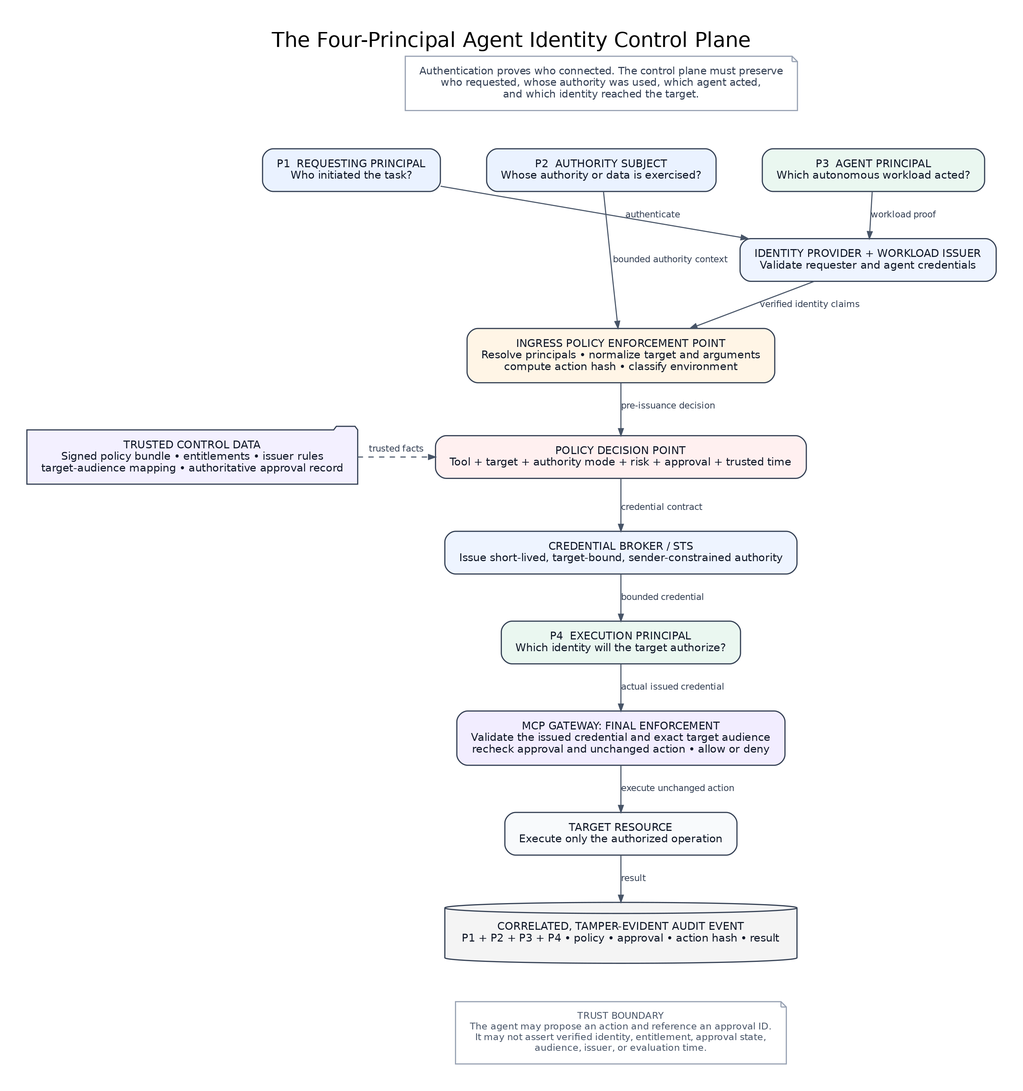
This is architecture/four-principal-control-plane.png from Yanofnasr/mcp-agent-identity-control-plane, a Graphviz export, as it was before one commit. Its source is kept beside it as architecture/four-principal-control-plane.dot.
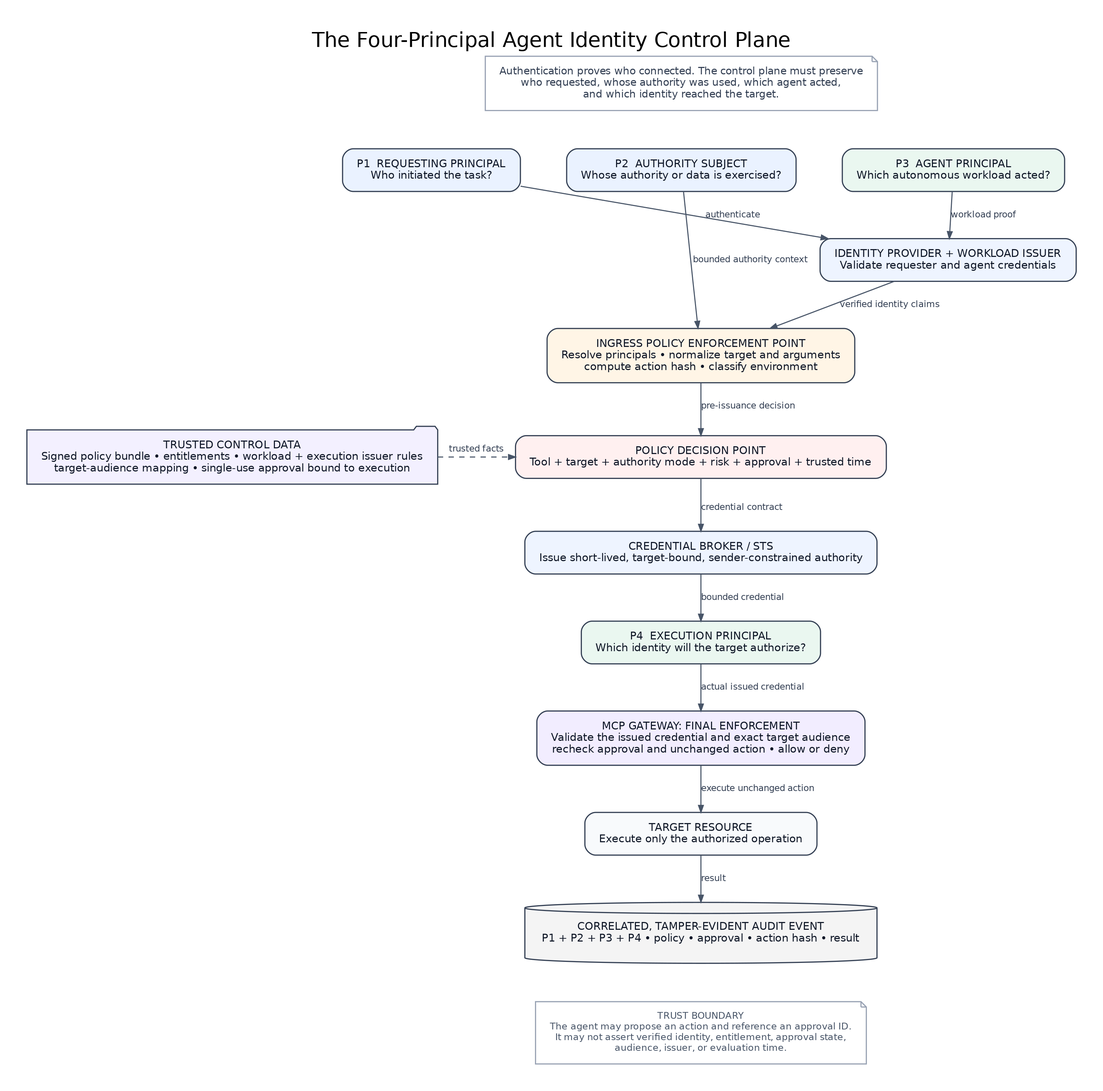
Above is the later version.

Change to the diagram source:
```diff
@@ -58,7 +58,7 @@
 
   trusted [
     shape=folder,
-    label="TRUSTED CONTROL DATA\nSigned policy bundle • entitlements • issuer rules\ntarget-audience mapping • authoritative approval record",
+    label="TRUSTED CONTROL DATA\nSigned policy bundle • entitlements • workload + execution issuer rules\ntarget-audience mapping • single-use approval bound to execution",
     fillcolor="#F3F0FF"
   ];
 
```
